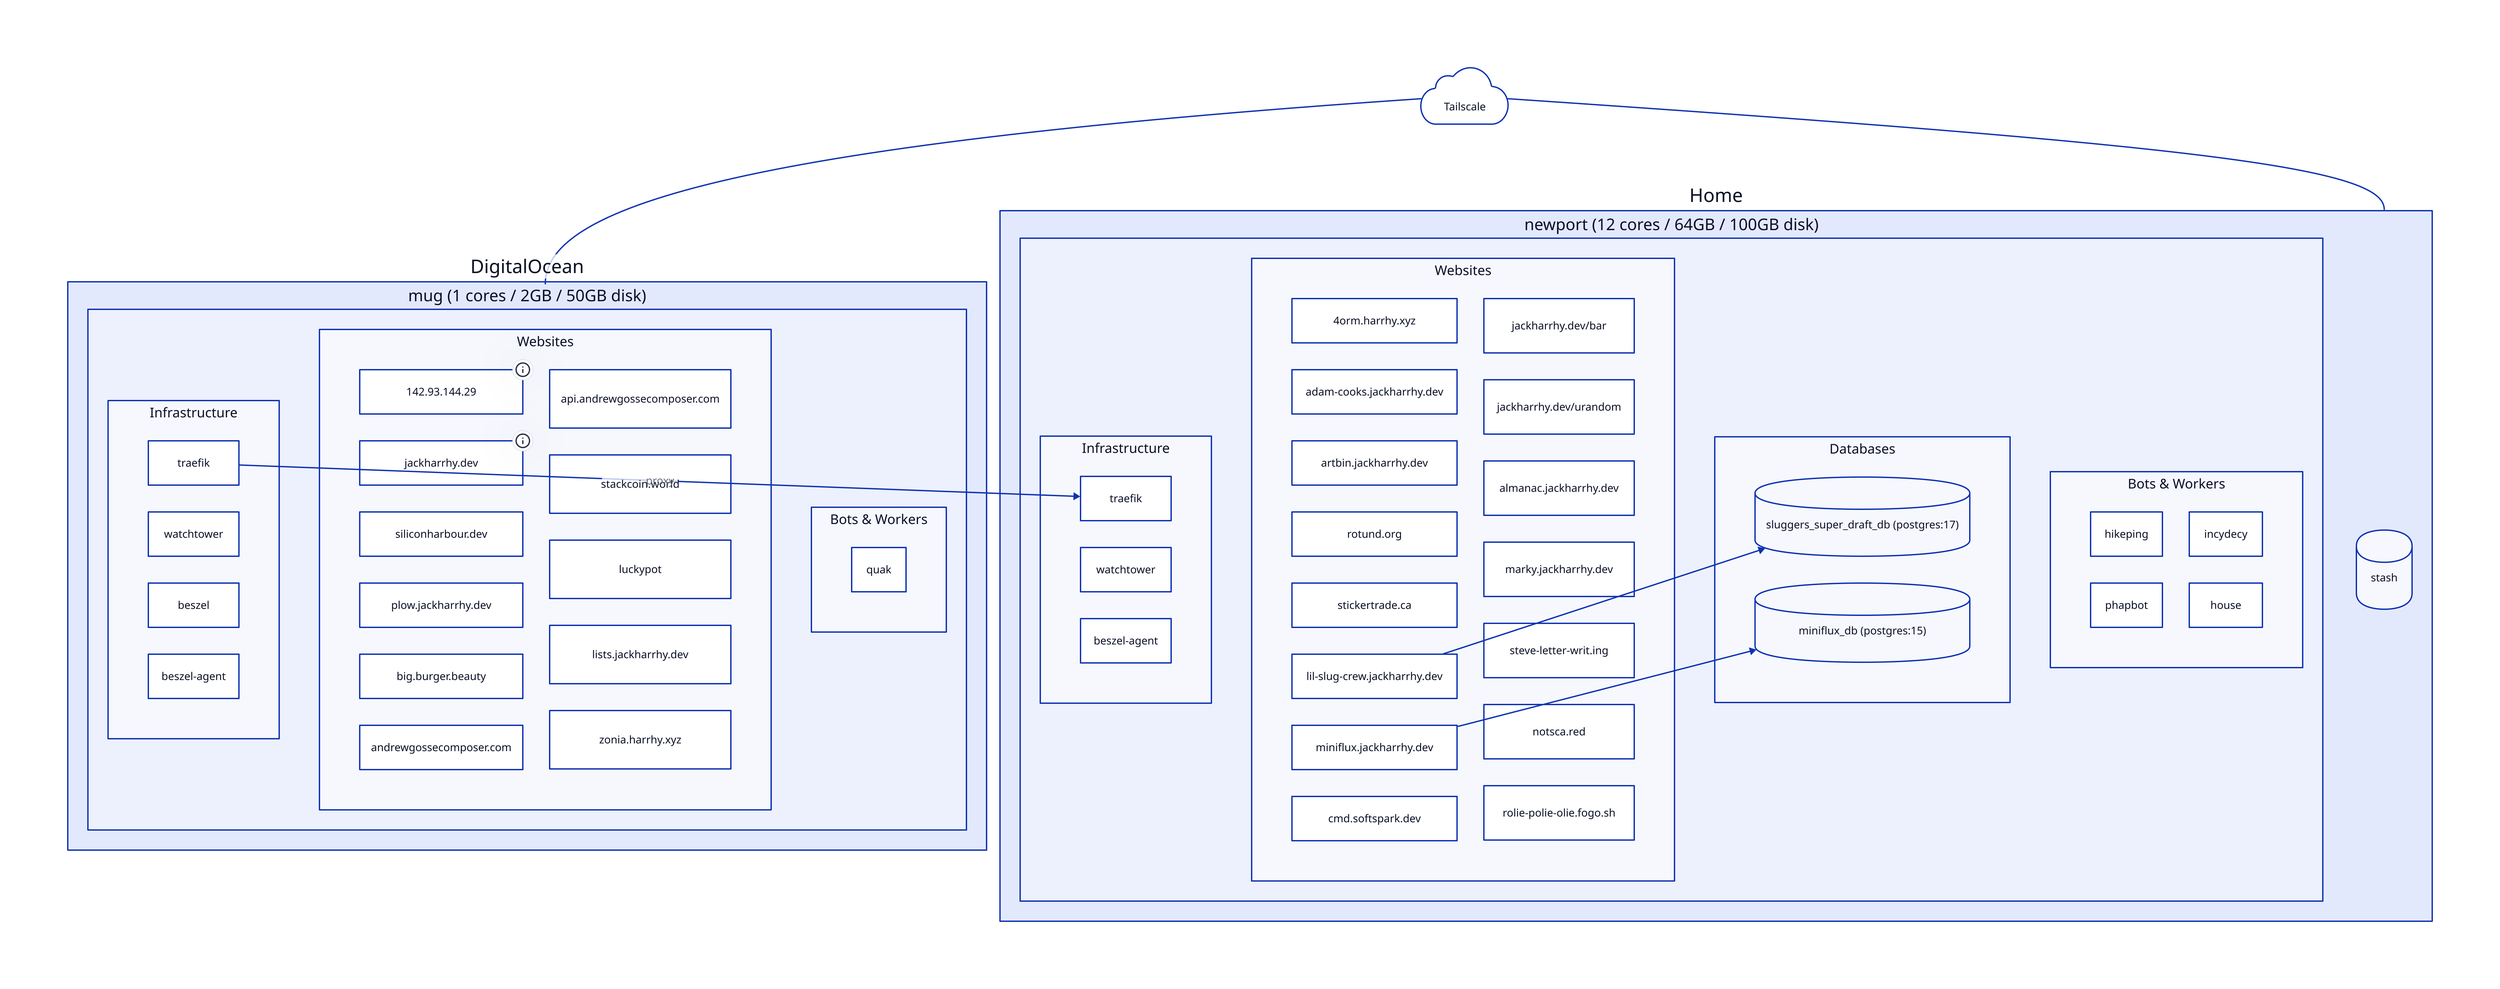
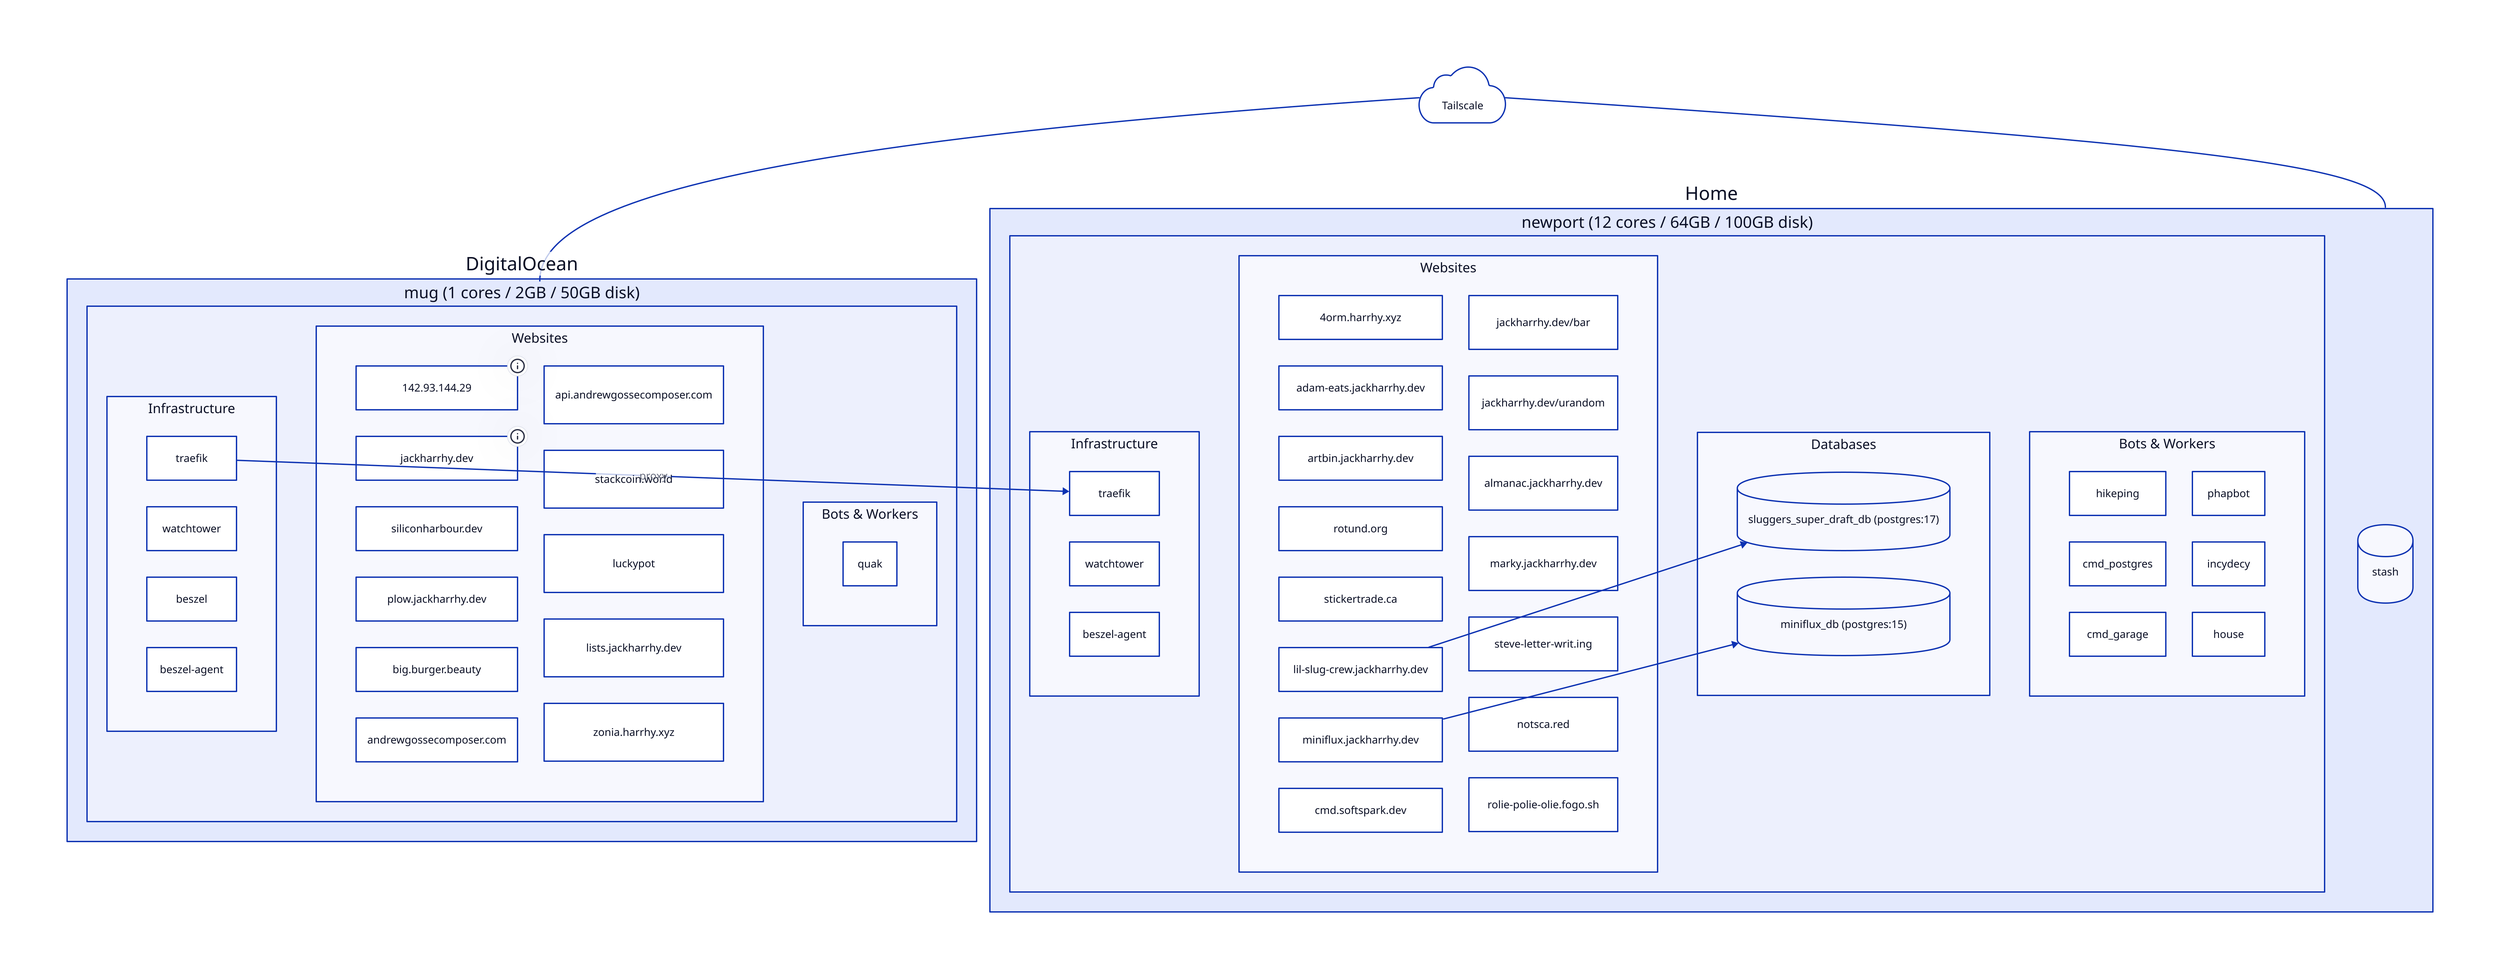
direction: down

tailscale: Tailscale {
  shape: cloud
}

digitalocean: DigitalOcean {
  mug: "mug (1 cores / 2GB / 50GB disk)" {
    infra: Infrastructure {
      grid-columns: 1
      traefik: traefik
      watchtower: watchtower
      beszel: beszel
      beszel-agent: beszel-agent
    }

    websites: Websites {
      grid-columns: 2
      easter_egg: 142.93.144.29
      easter_egg.tooltip: 142.93.144.29, 2604:a880:cad:d0::dff:a001
      jackharrhy: jackharrhy.dev
      jackharrhy.tooltip: jackharrhy.dev, jackharrhy.com, harrhy.xyz, jack.harrhy.xyz, jack.arthur.harrhy.xyz, jack.is.harrhy.xyz
      siliconharbour: siliconharbour.dev
      plow: plow.jackharrhy.dev
      burger: big.burger.beauty
      andrewsite_astro: andrewgossecomposer.com
      andrewsite_strapi: api.andrewgossecomposer.com
      stackcoin: stackcoin.world
      luckypot: luckypot
      lists: lists.jackharrhy.dev
      zonia: zonia.harrhy.xyz
    }

    bots: Bots & Workers {
      grid-columns: 2
      quak: quak
    }

  }

}

home: Home {
  newport: "newport (12 cores / 64GB / 100GB disk)" {
    infra: Infrastructure {
      grid-columns: 1
      traefik: traefik
      watchtower: watchtower
      beszel-agent: beszel-agent
    }

    websites: Websites {
      grid-columns: 2
      "4orm": 4orm.harrhy.xyz
-       adam_cooks: adam-cooks.jackharrhy.dev
+       adam_eats: adam-eats.jackharrhy.dev
      artbin: artbin.jackharrhy.dev
      rotund_org: rotund.org
      stickertrade: stickertrade.ca
      sluggers_super_draft: lil-slug-crew.jackharrhy.dev
      miniflux: miniflux.jackharrhy.dev
      cmd: cmd.softspark.dev
      bar: jackharrhy.dev/bar
      duaas: jackharrhy.dev/urandom
      almanac: almanac.jackharrhy.dev
      marky: marky.jackharrhy.dev
      steve: steve-letter-writ.ing
      notscared_site: notsca.red
      rolie_polie_olie: rolie-polie-olie.fogo.sh
    }

    databases: Databases {
      grid-columns: 1
      sluggers_super_draft_db: sluggers_super_draft_db (postgres:17) {
        shape: cylinder
      }
      miniflux_db: miniflux_db (postgres:15) {
        shape: cylinder
      }
    }

    bots: Bots & Workers {
      grid-columns: 2
      hikeping: hikeping
+       cmd_postgres: cmd_postgres
+       cmd_garage: cmd_garage
      phapbot: phapbot
      incydecy: incydecy
      house: house
    }

  }

  stash: stash {
    shape: cylinder
  }
}

tailscale -- digitalocean.mug
tailscale -- home

digitalocean.mug.infra.traefik -> home.newport.infra.traefik: proxy

home.newport.websites.sluggers_super_draft -> home.newport.databases.sluggers_super_draft_db
home.newport.websites.miniflux -> home.newport.databases.miniflux_db
